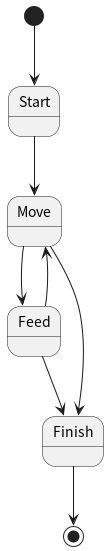
The PlantUML diagram doc/uml/out/state_machine/rat/sub_state_manual/sub_state_manual.png in yudai0804/cat-gpt, before a commit.
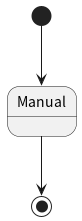
The same diagram one commit later.

Change to the diagram source:
```diff
@@ -1,11 +1,6 @@
 @startuml
 
-[*] --> Start
-Start --> Move
-Move --> Feed
-Feed --> Move
-Move --> Finish
-Feed --> Finish
-Finish --> [*]
+[*] --> Manual
+Manual --> [*]
 
 @enduml
```
